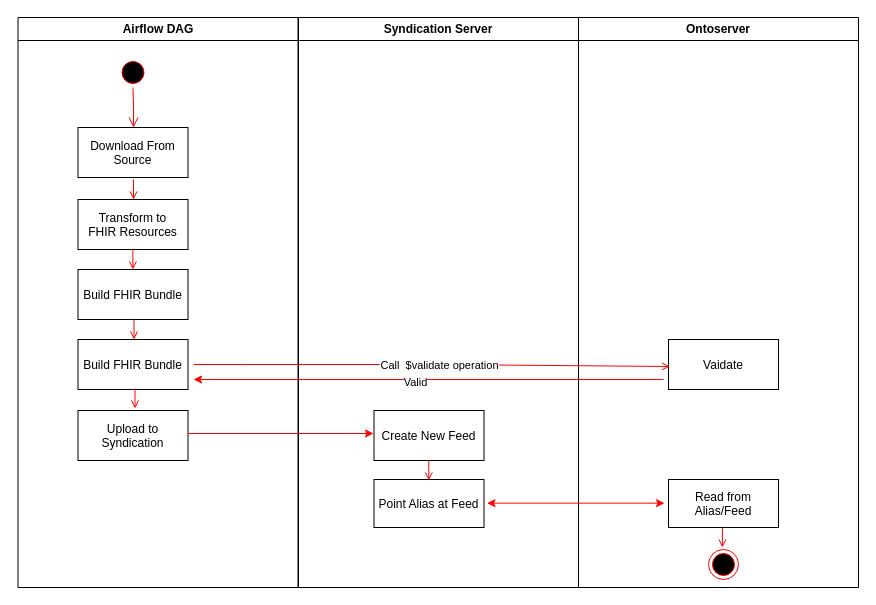
Above: general/nictiz-airflow.drawio in mldedalus/diagrams (draw.io), before the change. Source tidied: cells renumbered, new cells numbered last; positions are measured from the earlier drawing's top-left corner, leaving out a move shared by most shapes. Both pictures are drawn from the tidied source at 100%, with x=0, y=0 at pixel (17, 17).
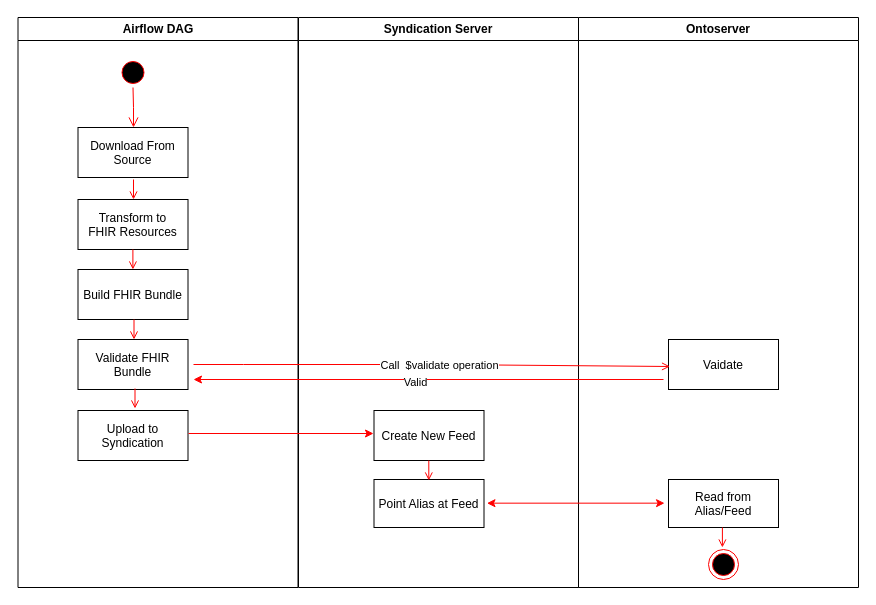
After the change.

Unchanged cells that the change refers to:
```xml
<mxCell id="2" value="Airflow DAG" style="swimlane;whiteSpace=wrap;" parent="1" vertex="1">
  <mxGeometry x="0.5" width="280" height="570" as="geometry" />
</mxCell>
```

What changed in the source:
```diff
@@
-    <mxCell id="9" value="Build FHIR Bundle" parent="2" vertex="1">
+    <mxCell id="9" value="Validate FHIR &#10;Bundle" parent="2" vertex="1">
       <mxGeometry x="60" y="322" width="110" height="50" as="geometry" />
     </mxCell>
```
